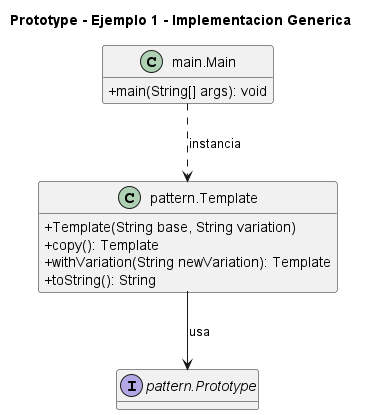
NicoCG32/Patrones-de-Software-y-Programacion-UCN keeps this PlantUML diagram as 1. Creacionales/Prototype/Ejemplo 1 - Implementacion Generica/UML.png. Above is the earlier version. Its diagram source:
```plantuml
@startuml
title Prototype - Ejemplo 1 - Implementacion Generica
skinparam classAttributeIconSize 0
hide empty fields
class "main.Main" as main_Main {
  +main(String[] args): void
}
interface "pattern.Prototype" as pattern_Prototype {
}
class "pattern.Template" as pattern_Template {
  +Template(String base, String variation)
  +copy(): Template
  +withVariation(String newVariation): Template
  +toString(): String
}
main_Main ..> pattern_Template : instancia
pattern_Template --> pattern_Prototype : usa
@enduml
```
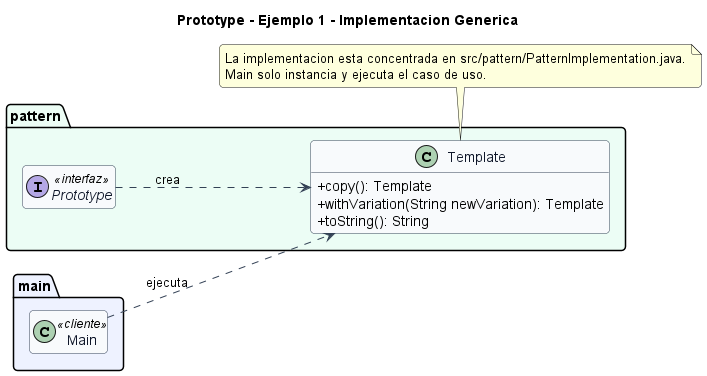
The same file after the commit.

Diff of the diagram source:
```diff
@@ -1,18 +1,37 @@
 @startuml
 title Prototype - Ejemplo 1 - Implementacion Generica
+left to right direction
+skinparam backgroundColor #FFFFFF
+skinparam shadowing false
+skinparam roundcorner 8
 skinparam classAttributeIconSize 0
-hide empty fields
-class "main.Main" as main_Main {
-  +main(String[] args): void
+skinparam class {
+  BackgroundColor #F8FAFC
+  BorderColor #334155
+  ArrowColor #334155
+  FontColor #0F172A
 }
-interface "pattern.Prototype" as pattern_Prototype {
+hide empty members
+
+package "main" #EEF2FF {
+  class Main <<cliente>>
 }
-class "pattern.Template" as pattern_Template {
-  +Template(String base, String variation)
-  +copy(): Template
-  +withVariation(String newVariation): Template
-  +toString(): String
+
+package "pattern" #ECFDF5 {
+  interface Prototype <<interfaz>> {
+  }
+  class Template {
+    +copy(): Template
+    +withVariation(String newVariation): Template
+    +toString(): String
+  }
 }
-main_Main ..> pattern_Template : instancia
-pattern_Template --> pattern_Prototype : usa
+
+Prototype ..> Template : crea
+Main ..> Template : ejecuta
+
+note bottom
+La implementacion esta concentrada en src/pattern/PatternImplementation.java.
+Main solo instancia y ejecuta el caso de uso.
+end note
 @enduml
```
